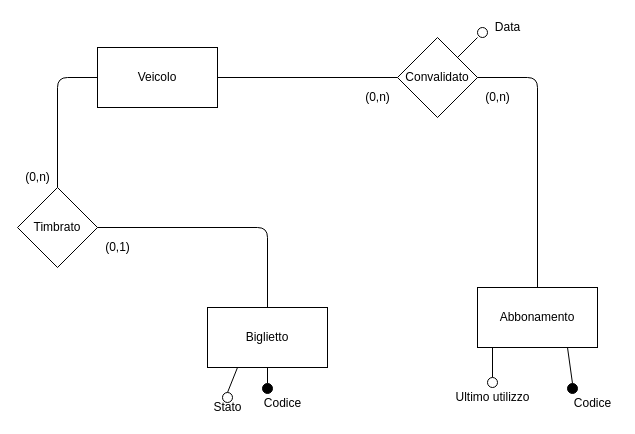
Above: ER _RiduzioneSpazio.drawio in Ivan-Palm/Progetto-Basi-di-Dati (draw.io), before the change. Source tidied: cells renumbered, new cells numbered last; positions are measured from the earlier drawing's top-left corner, leaving out a move shared by most shapes. Both pictures are drawn from the tidied source at 100%, with x=0, y=0 at pixel (17, 17).
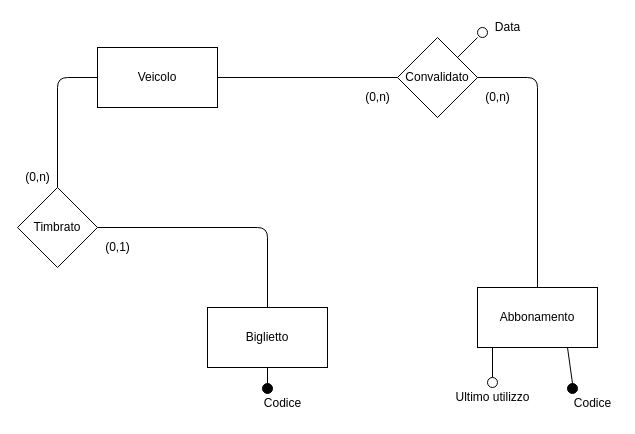
Above is the later version.

Unchanged cells that the change refers to:
```xml
<mxCell id="2" value="Biglietto " style="rounded=0;whiteSpace=wrap;html=1;" parent="1" vertex="1">
  <mxGeometry x="190" y="290" width="120" height="60" as="geometry" />
</mxCell>
```

What changed in the source:
```diff
@@
-    <mxCell id="20" style="endArrow=none;html=1;entryX=0.25;entryY=1;entryDx=0;entryDy=0;exitX=0.5;exitY=0;exitDx=0;exitDy=0;" parent="1" edge="1" source="25" target="2">
-      <mxGeometry relative="1" as="geometry" />
-    </mxCell>
-    <mxCell id="21" value="Stato" style="text;html=1;align=center;verticalAlign=middle;" parent="1" vertex="1">
-      <mxGeometry x="190" y="380" width="40" height="20" as="geometry" />
-    </mxCell>
@@
-    <mxCell id="25" style="ellipse;whiteSpace=wrap;html=1;" parent="1" vertex="1">
-      <mxGeometry x="205" y="375" width="10" height="10" as="geometry" />
-    </mxCell>
```
